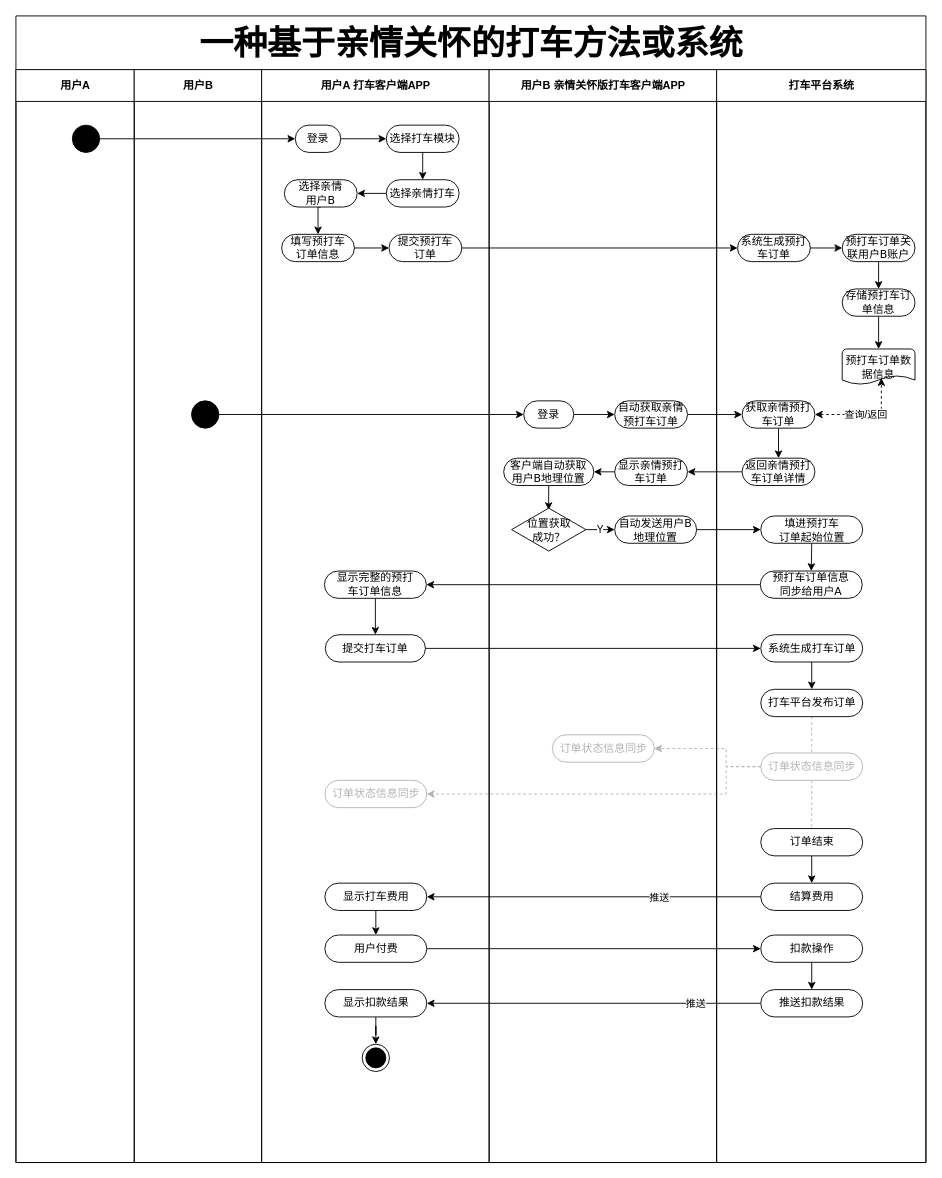
This is draw/情亲互助打车.drawio from befairyliu/draw.io, a draw.io file, before an edit. Source tidied: cells renumbered, new cells numbered last; positions are measured from the earlier drawing's top-left corner, leaving out a move shared by most shapes. Both pictures are drawn from the tidied source at 91%, with x=0, y=0 at pixel (15, 15).
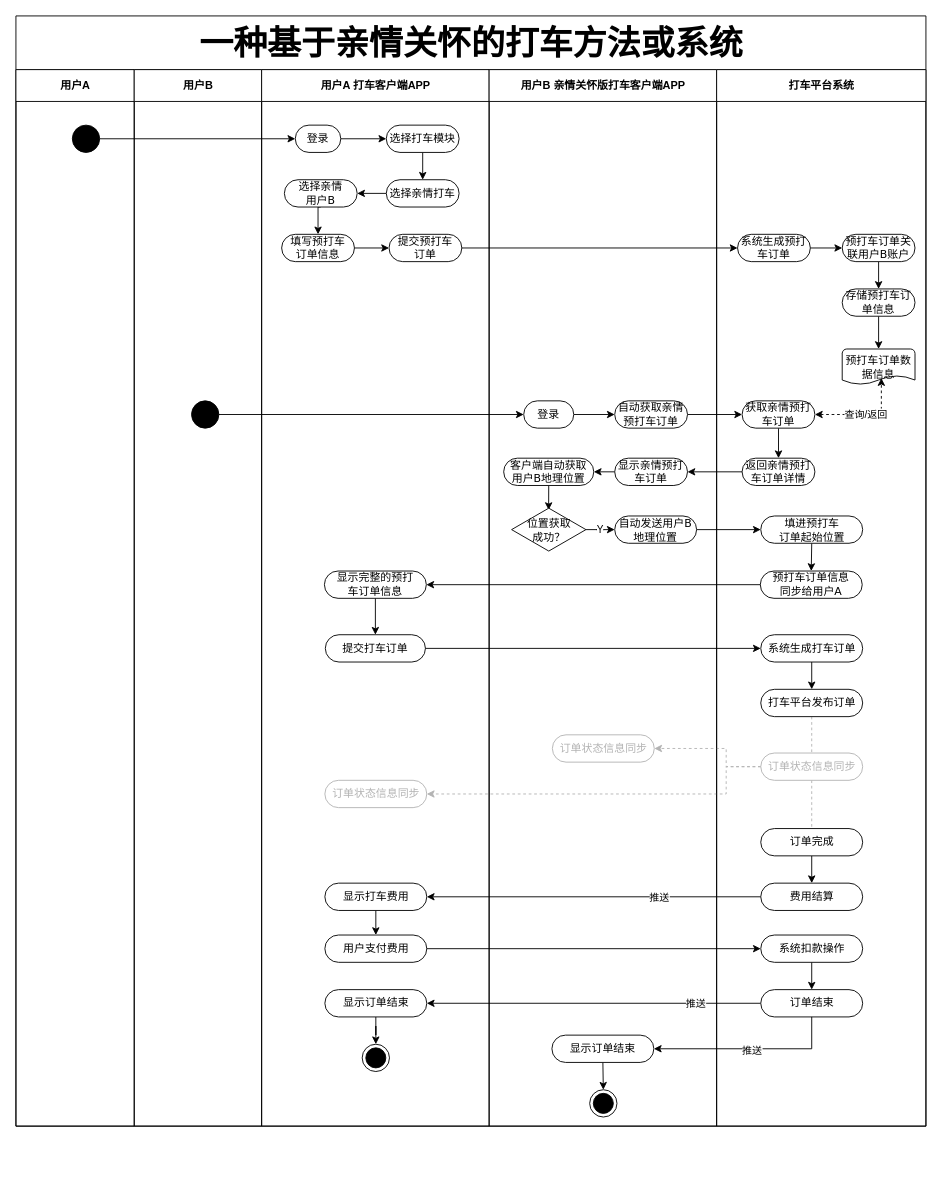
The same diagram, later.

Commit message (it also covers changes not shown here):
Update 情亲互助打车.drawio

Unchanged cells that the change refers to:
```xml
<mxCell id="4" style="ellipse;whiteSpace=wrap;html=1;rounded=0;shadow=0;comic=0;labelBackgroundColor=none;strokeWidth=1;fillColor=#000000;fontFamily=Verdana;fontSize=12;align=center;" parent="3" vertex="1">
  <mxGeometry x="62" y="61" width="30" height="30" as="geometry" />
</mxCell>
<mxCell id="6" style="ellipse;whiteSpace=wrap;html=1;rounded=0;shadow=0;comic=0;labelBackgroundColor=none;strokeWidth=1;fillColor=#000000;fontFamily=Verdana;fontSize=12;align=center;" parent="5" vertex="1">
  <mxGeometry x="63" y="364" width="30" height="30" as="geometry" />
</mxCell>
<mxCell id="9" value="登录" style="rounded=1;whiteSpace=wrap;html=1;shadow=0;comic=0;labelBackgroundColor=none;strokeWidth=1;fontFamily=Verdana;fontSize=12;align=center;arcSize=50;" parent="7" vertex="1">
  <mxGeometry x="37" y="61" width="50" height="30" as="geometry" />
</mxCell>
<mxCell id="21" value="提交预打车&lt;br&gt;订单" style="rounded=1;whiteSpace=wrap;html=1;shadow=0;comic=0;labelBackgroundColor=none;strokeWidth=1;fontFamily=Verdana;fontSize=12;align=center;arcSize=50;" parent="7" vertex="1">
  <mxGeometry x="140" y="181" width="80" height="30" as="geometry" />
</mxCell>
<mxCell id="36" value="登录" style="rounded=1;whiteSpace=wrap;html=1;shadow=0;comic=0;labelBackgroundColor=none;strokeWidth=1;fontFamily=Verdana;fontSize=12;align=center;arcSize=50;" parent="34" vertex="1">
  <mxGeometry x="38" y="364" width="55" height="30" as="geometry" />
</mxCell>
<mxCell id="41" value="自动获取亲情预打车订单" style="rounded=1;whiteSpace=wrap;html=1;shadow=0;comic=0;labelBackgroundColor=none;strokeWidth=1;fontFamily=Verdana;fontSize=12;align=center;arcSize=50;" parent="34" vertex="1">
  <mxGeometry x="138" y="364" width="80" height="30" as="geometry" />
</mxCell>
<mxCell id="44" value="自动发送用户B地理位置" style="rounded=1;whiteSpace=wrap;html=1;shadow=0;comic=0;labelBackgroundColor=none;strokeWidth=1;fontFamily=Verdana;fontSize=12;align=center;arcSize=50;" parent="34" vertex="1">
  <mxGeometry x="138" y="490.5" width="90" height="30" as="geometry" />
</mxCell>
<mxCell id="58" value="系统生成预打车订单" style="rounded=1;whiteSpace=wrap;html=1;shadow=0;comic=0;labelBackgroundColor=none;strokeWidth=1;fontFamily=Verdana;fontSize=12;align=center;arcSize=50;" parent="54" vertex="1">
  <mxGeometry x="23" y="181" width="80" height="30" as="geometry" />
</mxCell>
<mxCell id="74" value="填进预打车&lt;br&gt;订单起始位置" style="rounded=1;whiteSpace=wrap;html=1;shadow=0;comic=0;labelBackgroundColor=none;strokeWidth=1;fontFamily=Verdana;fontSize=12;align=center;arcSize=50;" parent="54" vertex="1">
  <mxGeometry x="48.5" y="490.5" width="112" height="30" as="geometry" />
</mxCell>
<mxCell id="78" value="获取亲情预打车订单" style="rounded=1;whiteSpace=wrap;html=1;shadow=0;comic=0;labelBackgroundColor=none;strokeWidth=1;fontFamily=Verdana;fontSize=12;align=center;arcSize=50;" parent="54" vertex="1">
  <mxGeometry x="28" y="364" width="80" height="30" as="geometry" />
</mxCell>
```

What changed in the source:
```diff
@@
     <mxCell id="2" value="&lt;p style=&quot;margin-top: 0pt ; margin-bottom: 0pt ; direction: ltr ; unicode-bidi: embed ; vertical-align: baseline&quot;&gt;&lt;span style=&quot;font-size: 28pt&quot;&gt;一种基于&lt;/span&gt;&lt;span style=&quot;font-size: 28pt&quot;&gt;亲情关怀的打车方法或系统&lt;/span&gt;&lt;/p&gt;" style="swimlane;html=1;startSize=59;rounded=0;shadow=0;comic=0;labelBackgroundColor=none;strokeWidth=1;fontFamily=Verdana;fontSize=12;align=center;strokeColor=#000000;" parent="1" vertex="1">
-      <mxGeometry width="1000" height="1260" as="geometry" />
+      <mxGeometry width="1000" height="1220" as="geometry" />
     </mxCell>
     <mxCell id="3" value="用户A" style="swimlane;html=1;startSize=35;strokeColor=#000000;" parent="2" vertex="1">
-      <mxGeometry y="59" width="130" height="1201" as="geometry" />
+      <mxGeometry y="59" width="130" height="1161" as="geometry" />
     </mxCell>
@@
     <mxCell id="5" value="用户B" style="swimlane;html=1;startSize=35;" parent="2" vertex="1">
-      <mxGeometry x="130" y="59" width="140" height="1201" as="geometry" />
+      <mxGeometry x="130" y="59" width="140" height="1161" as="geometry" />
     </mxCell>
@@
+    <mxCell id="29" style="edgeStyle=orthogonalEdgeStyle;rounded=0;jettySize=auto;html=1;exitX=1;exitY=0.5;exitDx=0;exitDy=0;entryX=0;entryY=0.5;entryDx=0;entryDy=0;" parent="2" edge="1" source="4" target="9">
+      <mxGeometry relative="1" as="geometry" />
+    </mxCell>
+    <mxCell id="30" style="edgeStyle=orthogonalEdgeStyle;rounded=0;jettySize=auto;html=1;exitX=1;exitY=0.5;exitDx=0;exitDy=0;entryX=0;entryY=0.5;entryDx=0;entryDy=0;" parent="2" edge="1" source="21" target="58">
+      <mxGeometry relative="1" as="geometry" />
+    </mxCell>
+    <mxCell id="31" style="edgeStyle=orthogonalEdgeStyle;rounded=0;jettySize=auto;html=1;exitX=1;exitY=0.5;exitDx=0;exitDy=0;entryX=0;entryY=0.5;entryDx=0;entryDy=0;startArrow=none;startFill=0;endArrow=classic;endFill=1;strokeColor=#000000;fontColor=#000000;" parent="2" edge="1" source="44" target="74">
+      <mxGeometry relative="1" as="geometry" />
+    </mxCell>
+    <mxCell id="32" style="edgeStyle=orthogonalEdgeStyle;rounded=0;jettySize=auto;html=1;exitX=1;exitY=0.5;exitDx=0;exitDy=0;strokeColor=#000000;fontColor=#000000;" parent="2" edge="1" source="6" target="36">
+      <mxGeometry relative="1" as="geometry" />
+    </mxCell>
+    <mxCell id="33" style="edgeStyle=orthogonalEdgeStyle;rounded=0;jettySize=auto;html=1;exitX=1;exitY=0.5;exitDx=0;exitDy=0;strokeColor=#000000;fontColor=#000000;" parent="2" edge="1" source="41" target="78">
+      <mxGeometry relative="1" as="geometry" />
+    </mxCell>
     <mxCell id="7" value="用户A 打车客户端APP" style="swimlane;html=1;startSize=35;strokeColor=#000000;" parent="2" vertex="1">
-      <mxGeometry x="270" y="59" width="250" height="1201" as="geometry" />
+      <mxGeometry x="270" y="59" width="250" height="1161" as="geometry" />
     </mxCell>
@@
+    <mxCell id="28" style="ellipse;html=1;shape=endState;fillColor=#000000;strokeColor=#000000;fontColor=#000000;" parent="7" vertex="1">
+      <mxGeometry x="110.5" y="1071" width="30" height="30" as="geometry" />
+    </mxCell>
@@
-    <mxCell id="25" value="用户付费" style="rounded=1;whiteSpace=wrap;html=1;shadow=0;comic=0;labelBackgroundColor=none;strokeWidth=1;fontFamily=Verdana;fontSize=12;align=center;arcSize=50;" parent="7" vertex="1">
+    <mxCell id="25" value="用户支付费用" style="rounded=1;whiteSpace=wrap;html=1;shadow=0;comic=0;labelBackgroundColor=none;strokeWidth=1;fontFamily=Verdana;fontSize=12;align=center;arcSize=50;" parent="7" vertex="1">
       <mxGeometry x="69.5" y="951" width="112" height="30" as="geometry" />
     </mxCell>
@@
-    <mxCell id="27" value="显示扣款结果" style="rounded=1;whiteSpace=wrap;html=1;shadow=0;comic=0;labelBackgroundColor=none;strokeWidth=1;fontFamily=Verdana;fontSize=12;align=center;arcSize=50;" parent="7" vertex="1">
+    <mxCell id="27" value="显示订单结束" style="rounded=1;whiteSpace=wrap;html=1;shadow=0;comic=0;labelBackgroundColor=none;strokeWidth=1;fontFamily=Verdana;fontSize=12;align=center;arcSize=50;" parent="7" vertex="1">
       <mxGeometry x="69.5" y="1011" width="112" height="30" as="geometry" />
     </mxCell>
-    <mxCell id="28" style="ellipse;html=1;shape=endState;fillColor=#000000;strokeColor=#000000;fontColor=#000000;" parent="7" vertex="1">
-      <mxGeometry x="110.5" y="1071" width="30" height="30" as="geometry" />
-    </mxCell>
-    <mxCell id="29" style="edgeStyle=orthogonalEdgeStyle;rounded=0;jettySize=auto;html=1;exitX=1;exitY=0.5;exitDx=0;exitDy=0;entryX=0;entryY=0.5;entryDx=0;entryDy=0;" parent="2" edge="1" source="4" target="9">
-      <mxGeometry relative="1" as="geometry" />
-    </mxCell>
-    <mxCell id="30" style="edgeStyle=orthogonalEdgeStyle;rounded=0;jettySize=auto;html=1;exitX=1;exitY=0.5;exitDx=0;exitDy=0;entryX=0;entryY=0.5;entryDx=0;entryDy=0;" parent="2" edge="1" source="21" target="58">
-      <mxGeometry relative="1" as="geometry" />
-    </mxCell>
-    <mxCell id="31" style="edgeStyle=orthogonalEdgeStyle;rounded=0;jettySize=auto;html=1;exitX=1;exitY=0.5;exitDx=0;exitDy=0;entryX=0;entryY=0.5;entryDx=0;entryDy=0;startArrow=none;startFill=0;endArrow=classic;endFill=1;strokeColor=#000000;fontColor=#000000;" parent="2" edge="1" source="44" target="74">
-      <mxGeometry relative="1" as="geometry" />
-    </mxCell>
-    <mxCell id="32" style="edgeStyle=orthogonalEdgeStyle;rounded=0;jettySize=auto;html=1;exitX=1;exitY=0.5;exitDx=0;exitDy=0;strokeColor=#000000;fontColor=#000000;" parent="2" edge="1" source="6" target="36">
-      <mxGeometry relative="1" as="geometry" />
-    </mxCell>
-    <mxCell id="33" style="edgeStyle=orthogonalEdgeStyle;rounded=0;jettySize=auto;html=1;exitX=1;exitY=0.5;exitDx=0;exitDy=0;strokeColor=#000000;fontColor=#000000;" parent="2" edge="1" source="41" target="78">
-      <mxGeometry relative="1" as="geometry" />
-    </mxCell>
     <mxCell id="34" value="用户B 亲情关怀版打车客户端APP" style="swimlane;html=1;startSize=35;" parent="2" vertex="1">
-      <mxGeometry x="520" y="59" width="250" height="1201" as="geometry" />
+      <mxGeometry x="520" y="59" width="250" height="1161" as="geometry" />
     </mxCell>
@@
+    <mxCell id="83" style="edgeStyle=orthogonalEdgeStyle;rounded=0;jettySize=auto;html=1;exitX=0.5;exitY=1;exitDx=0;exitDy=0;entryX=0.5;entryY=0;entryDx=0;entryDy=0;endArrow=classic;endFill=1;strokeColor=#000000;fontColor=#B3B3B3;" parent="34" edge="1" source="84" target="85">
+      <mxGeometry relative="1" as="geometry" />
+    </mxCell>
+    <mxCell id="84" value="显示订单结束" style="rounded=1;whiteSpace=wrap;html=1;shadow=0;comic=0;labelBackgroundColor=none;strokeWidth=1;fontFamily=Verdana;fontSize=12;align=center;arcSize=50;" parent="34" vertex="1">
+      <mxGeometry x="69" y="1061" width="112" height="30" as="geometry" />
+    </mxCell>
+    <mxCell id="85" style="ellipse;html=1;shape=endState;fillColor=#000000;strokeColor=#000000;fontColor=#000000;" parent="34" vertex="1">
+      <mxGeometry x="110.5" y="1121" width="30" height="30" as="geometry" />
+    </mxCell>
@@
     <mxCell id="54" value="打车平台系统" style="swimlane;html=1;startSize=35;strokeColor=#000000;" parent="2" vertex="1">
-      <mxGeometry x="770" y="59" width="230" height="1201" as="geometry" />
+      <mxGeometry x="770" y="59" width="230" height="1161" as="geometry" />
     </mxCell>
@@
-    <mxCell id="65" value="推送扣款结果" style="rounded=1;whiteSpace=wrap;html=1;shadow=0;comic=0;labelBackgroundColor=none;strokeWidth=1;fontFamily=Verdana;fontSize=12;align=center;arcSize=50;" parent="54" vertex="1">
+    <mxCell id="65" value="订单结束" style="rounded=1;whiteSpace=wrap;html=1;shadow=0;comic=0;labelBackgroundColor=none;strokeWidth=1;fontFamily=Verdana;fontSize=12;align=center;arcSize=50;" parent="54" vertex="1">
       <mxGeometry x="48.5" y="1011" width="112" height="30" as="geometry" />
     </mxCell>
-    <mxCell id="66" value="扣款操作" style="rounded=1;whiteSpace=wrap;html=1;shadow=0;comic=0;labelBackgroundColor=none;strokeWidth=1;fontFamily=Verdana;fontSize=12;align=center;arcSize=50;" parent="54" vertex="1">
+    <mxCell id="66" value="系统扣款操作" style="rounded=1;whiteSpace=wrap;html=1;shadow=0;comic=0;labelBackgroundColor=none;strokeWidth=1;fontFamily=Verdana;fontSize=12;align=center;arcSize=50;" parent="54" vertex="1">
       <mxGeometry x="48.5" y="951" width="112" height="30" as="geometry" />
     </mxCell>
@@
-    <mxCell id="68" value="结算费用" style="rounded=1;whiteSpace=wrap;html=1;shadow=0;comic=0;labelBackgroundColor=none;strokeWidth=1;fontFamily=Verdana;fontSize=12;align=center;arcSize=50;" parent="54" vertex="1">
+    <mxCell id="68" value="费用结算" style="rounded=1;whiteSpace=wrap;html=1;shadow=0;comic=0;labelBackgroundColor=none;strokeWidth=1;fontFamily=Verdana;fontSize=12;align=center;arcSize=50;" parent="54" vertex="1">
       <mxGeometry x="48.5" y="894" width="112" height="30" as="geometry" />
     </mxCell>
-    <mxCell id="69" value="订单结束" style="rounded=1;whiteSpace=wrap;html=1;shadow=0;comic=0;labelBackgroundColor=none;strokeWidth=1;fontFamily=Verdana;fontSize=12;align=center;arcSize=50;" parent="54" vertex="1">
+    <mxCell id="69" value="订单完成" style="rounded=1;whiteSpace=wrap;html=1;shadow=0;comic=0;labelBackgroundColor=none;strokeWidth=1;fontFamily=Verdana;fontSize=12;align=center;arcSize=50;" parent="54" vertex="1">
       <mxGeometry x="48.5" y="834" width="112" height="30" as="geometry" />
     </mxCell>
@@
+    <mxCell id="86" style="edgeStyle=orthogonalEdgeStyle;rounded=0;jettySize=auto;html=1;exitX=0.5;exitY=1;exitDx=0;exitDy=0;entryX=1;entryY=0.5;entryDx=0;entryDy=0;endArrow=classic;endFill=1;strokeColor=#000000;fontColor=#B3B3B3;" parent="2" edge="1" source="65" target="84">
+      <mxGeometry relative="1" as="geometry" />
+    </mxCell>
+    <mxCell id="87" value="&lt;font color=&quot;#000000&quot;&gt;推送&lt;/font&gt;" style="edgeLabel;html=1;align=center;verticalAlign=middle;fontColor=#B3B3B3;" parent="86" vertex="1">
+      <mxGeometry x="-0.03" y="1" relative="1" as="geometry" />
+    </mxCell>
```
